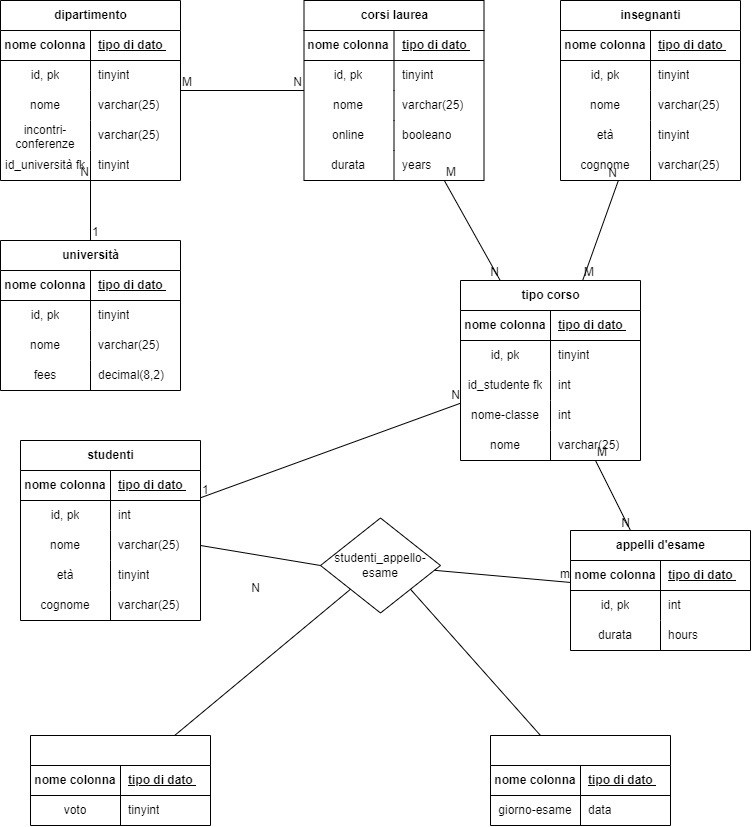
Earlier version of the draw.io export esercizio.drawio (1).png (antoniolaikauf/db-university). Source tidied: cells renumbered, new cells last; positions are measured from the earlier drawing's top-left corner, leaving out a move shared by most shapes.
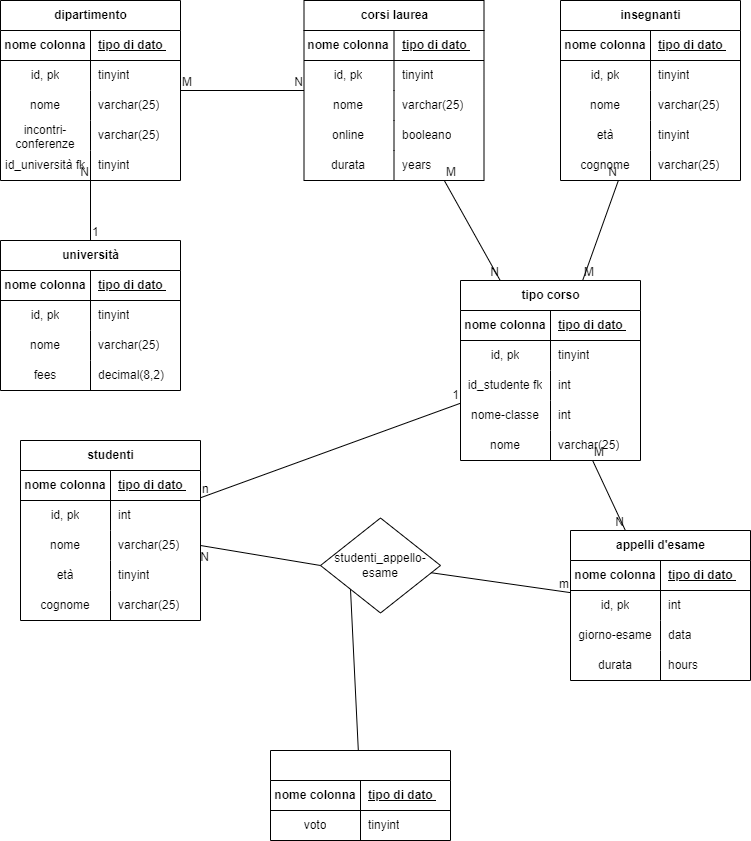
The same file after the commit.

Change to the diagram source:
```diff
@@ -62,10 +62,10 @@
     <mxCell id="21" style="endArrow=none;html=1;rounded=0;" parent="1" edge="1" source="108" target="79">
       <mxGeometry relative="1" as="geometry" />
     </mxCell>
-    <mxCell id="22" value="1" style="html=1;whiteSpace=wrap;align=left;verticalAlign=bottom;" parent="21" vertex="1">
+    <mxCell id="22" value="n" style="html=1;whiteSpace=wrap;align=left;verticalAlign=bottom;" parent="21" vertex="1">
       <mxGeometry x="-1" relative="1" as="geometry" />
     </mxCell>
-    <mxCell id="23" value="N" style="html=1;whiteSpace=wrap;align=right;verticalAlign=bottom;" parent="21" vertex="1">
+    <mxCell id="23" value="1" style="html=1;whiteSpace=wrap;align=right;verticalAlign=bottom;" parent="21" vertex="1">
       <mxGeometry x="1" relative="1" as="geometry" />
     </mxCell>
     <mxCell id="24" value="studenti_appello-esame" style="shape=rhombus;perimeter=rhombusPerimeter;whiteSpace=wrap;html=1;align=center;" parent="1" vertex="1">
@@ -76,7 +76,7 @@
     </mxCell>
     <mxCell id="26" value="N" style="html=1;whiteSpace=wrap;align=right;verticalAlign=bottom;" parent="25" vertex="1">
       <mxGeometry x="1" relative="1" as="geometry">
-        <mxPoint x="-59" y="31" as="offset" />
+        <mxPoint x="-110" as="offset" />
       </mxGeometry>
     </mxCell>
     <mxCell id="27" style="endArrow=none;html=1;rounded=0;" parent="1" edge="1" source="24" target="124">
@@ -88,9 +88,6 @@
     <mxCell id="29" style="endArrow=none;html=1;rounded=0;entryX=0;entryY=1;entryDx=0;entryDy=0;" parent="1" edge="1" source="134" target="24">
       <mxGeometry relative="1" as="geometry" />
     </mxCell>
-    <mxCell id="30" style="endArrow=none;html=1;rounded=0;entryX=1;entryY=1;entryDx=0;entryDy=0;" parent="1" edge="1" source="141" target="24">
-      <mxGeometry relative="1" as="geometry" />
-    </mxCell>
     <mxCell id="31" value="dipartimento" style="shape=table;startSize=30;rowLines=0;fontStyle=1;align=center;html=1;" parent="1" vertex="1">
       <mxGeometry width="180" height="180" as="geometry" />
     </mxCell>
@@ -371,7 +368,7 @@
       <mxGeometry x="90" width="90" height="30" as="geometry" />
     </mxCell>
     <mxCell id="124" value="appelli d'esame" style="shape=table;startSize=30;rowLines=0;fontStyle=1;align=center;html=1;" parent="1" vertex="1">
-      <mxGeometry x="570" y="530" width="180" height="120" as="geometry" />
+      <mxGeometry x="570" y="530" width="180" height="150" as="geometry" />
     </mxCell>
     <mxCell id="125" style="shape=tableRow;horizontal=0;startSize=0;swimlaneHead=0;swimlaneBody=0;fillColor=none;top=0;left=0;right=0;bottom=1;" parent="124" vertex="1">
       <mxGeometry y="30" width="180" height="30" as="geometry" />
@@ -391,8 +388,17 @@
     <mxCell id="130" value="int" style="shape=partialRectangle;fillColor=none;top=0;left=0;bottom=0;right=0;align=left;spacingLeft=6;overflow=hidden;whiteSpace=wrap;html=1;" parent="128" vertex="1">
       <mxGeometry x="90" width="90" height="30" as="geometry" />
     </mxCell>
+    <mxCell id="148" style="shape=tableRow;horizontal=0;startSize=0;swimlaneHead=0;swimlaneBody=0;fillColor=none;top=0;left=0;right=0;bottom=0;" parent="124" vertex="1">
+      <mxGeometry y="90" width="180" height="30" as="geometry" />
+    </mxCell>
+    <mxCell id="146" value="giorno-esame" style="shape=partialRectangle;fillColor=none;top=0;left=0;bottom=0;right=0;fontStyle=0;overflow=hidden;whiteSpace=wrap;html=1;" parent="148" vertex="1">
+      <mxGeometry width="90" height="30" as="geometry" />
+    </mxCell>
+    <mxCell id="147" value="data" style="shape=partialRectangle;fillColor=none;top=0;left=0;bottom=0;right=0;align=left;spacingLeft=6;fontStyle=0;overflow=hidden;whiteSpace=wrap;html=1;" parent="148" vertex="1">
+      <mxGeometry x="90" width="90" height="30" as="geometry" />
+    </mxCell>
     <mxCell id="131" style="shape=tableRow;horizontal=0;startSize=0;swimlaneHead=0;swimlaneBody=0;fillColor=none;top=0;left=0;right=0;bottom=0;" parent="124" vertex="1">
-      <mxGeometry y="90" width="180" height="30" as="geometry" />
+      <mxGeometry y="120" width="180" height="30" as="geometry" />
     </mxCell>
     <mxCell id="132" value="durata" style="shape=partialRectangle;fillColor=none;top=0;left=0;bottom=0;right=0;fontStyle=0;overflow=hidden;whiteSpace=wrap;html=1;" parent="131" vertex="1">
       <mxGeometry width="90" height="30" as="geometry" />
@@ -401,7 +407,7 @@
       <mxGeometry x="90" width="90" height="30" as="geometry" />
     </mxCell>
     <mxCell id="134" style="shape=table;startSize=30;rowLines=0;fontStyle=1;align=center;html=1;" parent="1" vertex="1">
-      <mxGeometry x="30" y="735" width="180" height="90" as="geometry" />
+      <mxGeometry x="270" y="750" width="180" height="90" as="geometry" />
     </mxCell>
     <mxCell id="135" style="shape=tableRow;horizontal=0;startSize=0;swimlaneHead=0;swimlaneBody=0;fillColor=none;top=0;left=0;right=0;bottom=1;" parent="134" vertex="1">
       <mxGeometry y="30" width="180" height="30" as="geometry" />
@@ -421,26 +427,5 @@
     <mxCell id="140" value="tinyint" style="shape=partialRectangle;fillColor=none;top=0;left=0;bottom=0;right=0;align=left;spacingLeft=6;overflow=hidden;whiteSpace=wrap;html=1;" parent="138" vertex="1">
       <mxGeometry x="90" width="90" height="30" as="geometry" />
     </mxCell>
-    <mxCell id="141" style="shape=table;startSize=30;rowLines=0;fontStyle=1;align=center;html=1;" parent="1" vertex="1">
-      <mxGeometry x="490" y="735" width="180" height="90" as="geometry" />
-    </mxCell>
-    <mxCell id="142" style="shape=tableRow;horizontal=0;startSize=0;swimlaneHead=0;swimlaneBody=0;fillColor=none;top=0;left=0;right=0;bottom=1;" parent="141" vertex="1">
-      <mxGeometry y="30" width="180" height="30" as="geometry" />
-    </mxCell>
-    <mxCell id="143" value="nome colonna" style="shape=partialRectangle;fillColor=none;top=0;left=0;bottom=0;right=0;fontStyle=1;overflow=hidden;whiteSpace=wrap;html=1;" parent="142" vertex="1">
-      <mxGeometry width="90" height="30" as="geometry" />
-    </mxCell>
-    <mxCell id="144" value="tipo di dato&amp;nbsp;" style="shape=partialRectangle;fillColor=none;top=0;left=0;bottom=0;right=0;align=left;spacingLeft=6;fontStyle=5;overflow=hidden;whiteSpace=wrap;html=1;" parent="142" vertex="1">
-      <mxGeometry x="90" width="90" height="30" as="geometry" />
-    </mxCell>
-    <mxCell id="145" style="shape=tableRow;horizontal=0;startSize=0;swimlaneHead=0;swimlaneBody=0;fillColor=none;top=0;left=0;right=0;bottom=0;" parent="141" vertex="1">
-      <mxGeometry y="60" width="180" height="30" as="geometry" />
-    </mxCell>
-    <mxCell id="146" value="giorno-esame" style="shape=partialRectangle;fillColor=none;top=0;left=0;bottom=0;right=0;overflow=hidden;whiteSpace=wrap;html=1;" parent="145" vertex="1">
-      <mxGeometry width="90" height="30" as="geometry" />
-    </mxCell>
-    <mxCell id="147" value="data" style="shape=partialRectangle;fillColor=none;top=0;left=0;bottom=0;right=0;align=left;spacingLeft=6;overflow=hidden;whiteSpace=wrap;html=1;" parent="145" vertex="1">
-      <mxGeometry x="90" width="90" height="30" as="geometry" />
-    </mxCell>
   </root>
 </mxGraphModel>
```
